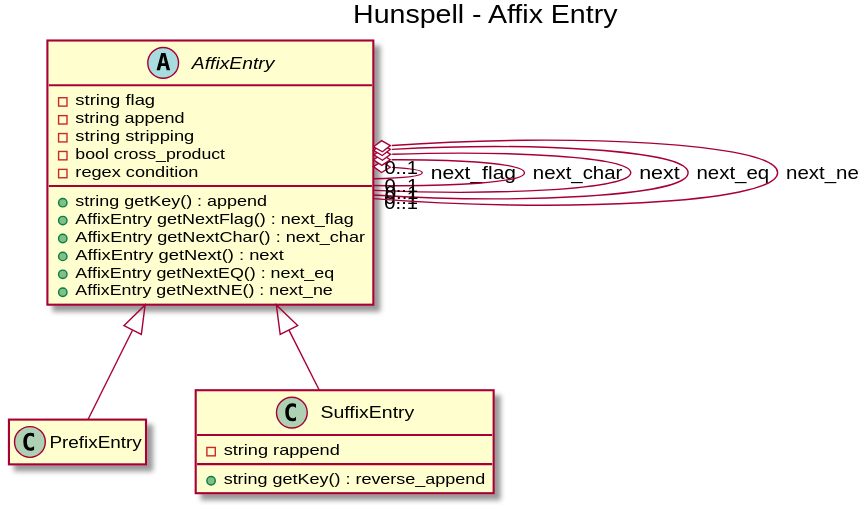
This is uml/class-diagrams/affix-entry-class-diagram.svg from nuspell/misc-nuspell, a PlantUML export, as it was before one commit. Its source is kept beside it as uml/plantuml/affix-entry-class-diagram.pu.
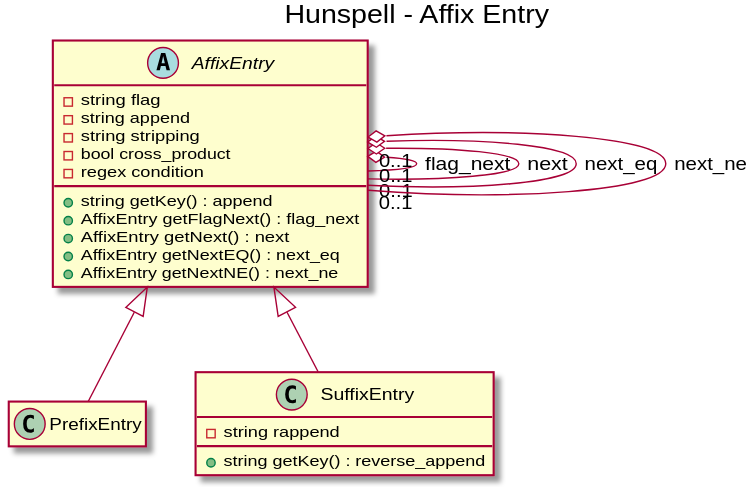
The same diagram one commit later.

The edit, as a diff of the source:
```diff
@@ -9,8 +9,7 @@
 AffixEntry <|-- PrefixEntry
 AffixEntry <|-- SuffixEntry
 
-AffixEntry o-- "0..1" AffixEntry : next_flag
-AffixEntry o-- "0..1" AffixEntry : next_char
+AffixEntry o-- "0..1" AffixEntry : flag_next
 AffixEntry o-- "0..1" AffixEntry : next
 AffixEntry o-- "0..1" AffixEntry : next_eq
 AffixEntry o-- "0..1" AffixEntry : next_ne
@@ -22,8 +21,7 @@
 	-bool cross_product
 	-regex condition
 	+string getKey() : append
-	+AffixEntry getNextFlag() : next_flag
-	+AffixEntry getNextChar() : next_char
+	+AffixEntry getFlagNext() : flag_next
 	+AffixEntry getNext() : next
 	+AffixEntry getNextEQ() : next_eq
 	+AffixEntry getNextNE() : next_ne
```
